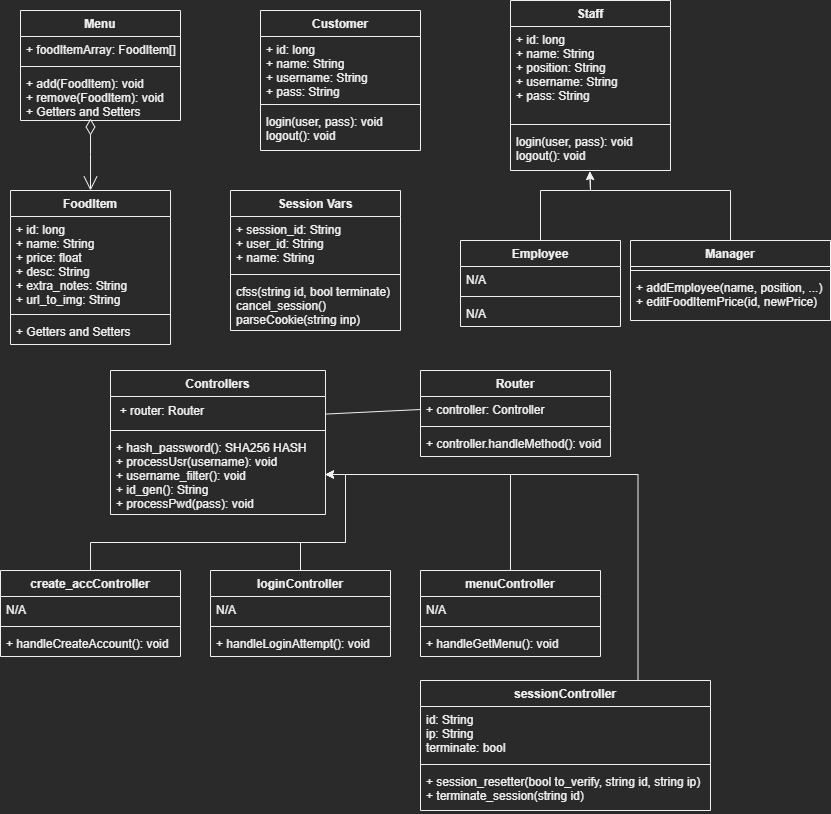
Earlier version of the draw.io export docs/Sprint 2 Diagramming/Diagrams/Class Diagram.png (nick9982/foodify). Source tidied: cells renumbered, new cells last; positions are measured from the earlier drawing's top-left corner, leaving out a move shared by most shapes.
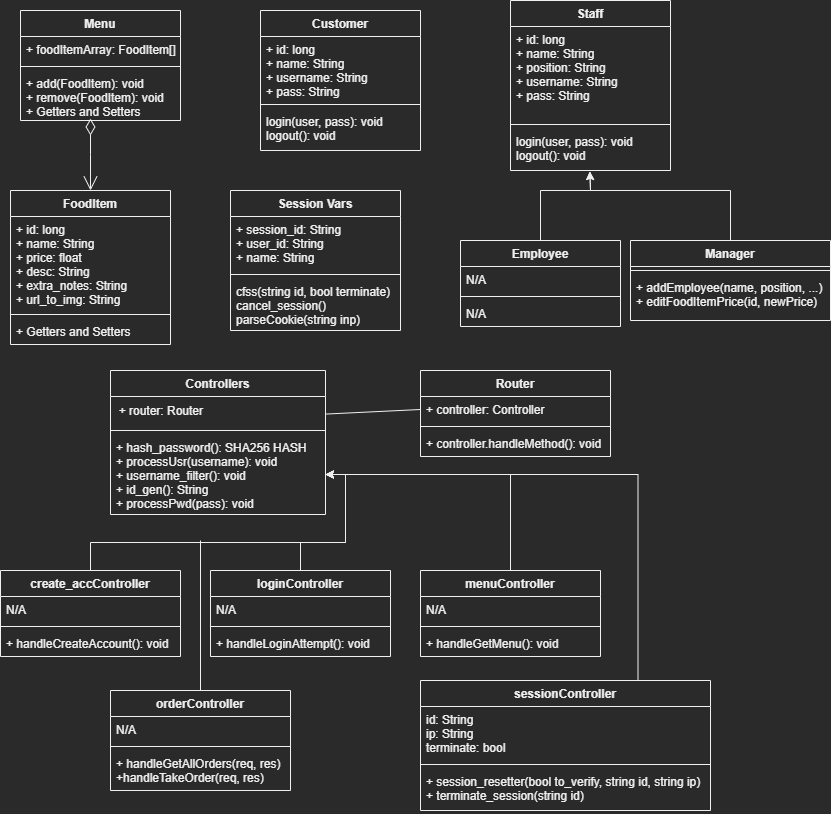
Later version of the same file.

Commit message:
Final use case, final vas, class diagram, project explorer, scrum sheet.

The edit, as a diff of the source:
```diff
@@ -195,5 +195,22 @@
     <mxCell id="60" value="+ session_resetter(bool to_verify, string id, string ip)&#10;+ terminate_session(string id)" style="text;strokeColor=none;fillColor=none;align=left;verticalAlign=top;spacingLeft=4;spacingRight=4;overflow=hidden;" parent="57" vertex="1">
       <mxGeometry y="88" width="290" height="42" as="geometry" />
     </mxCell>
+    <mxCell id="61" value="orderController" style="swimlane;fontStyle=1;align=center;verticalAlign=top;horizontal=1;startSize=26;" parent="1" vertex="1">
+      <mxGeometry x="110" y="690" width="180" height="100" as="geometry" />
+    </mxCell>
+    <mxCell id="62" value="N/A" style="text;strokeColor=none;fillColor=none;align=left;verticalAlign=top;spacingLeft=4;spacingRight=4;overflow=hidden;" parent="61" vertex="1">
+      <mxGeometry y="26" width="180" height="26" as="geometry" />
+    </mxCell>
+    <mxCell id="63" style="line;strokeWidth=1;fillColor=none;align=left;verticalAlign=middle;spacingTop=-1;spacingLeft=3;spacingRight=3;labelPosition=right;strokeColor=inherit;" parent="61" vertex="1">
+      <mxGeometry y="52" width="180" height="8" as="geometry" />
+    </mxCell>
+    <mxCell id="64" value="+ handleGetAllOrders(req, res)&#10;+handleTakeOrder(req, res)" style="text;strokeColor=none;fillColor=none;align=left;verticalAlign=top;spacingLeft=4;spacingRight=4;overflow=hidden;" parent="61" vertex="1">
+      <mxGeometry y="60" width="180" height="40" as="geometry" />
+    </mxCell>
+    <mxCell id="65" style="endArrow=none;html=1;rounded=0;exitX=0.5;exitY=0;exitDx=0;exitDy=0;" parent="1" edge="1" source="61">
+      <mxGeometry relative="1" as="geometry">
+        <mxPoint x="200" y="540" as="targetPoint" />
+      </mxGeometry>
+    </mxCell>
   </root>
 </mxGraphModel>
```
